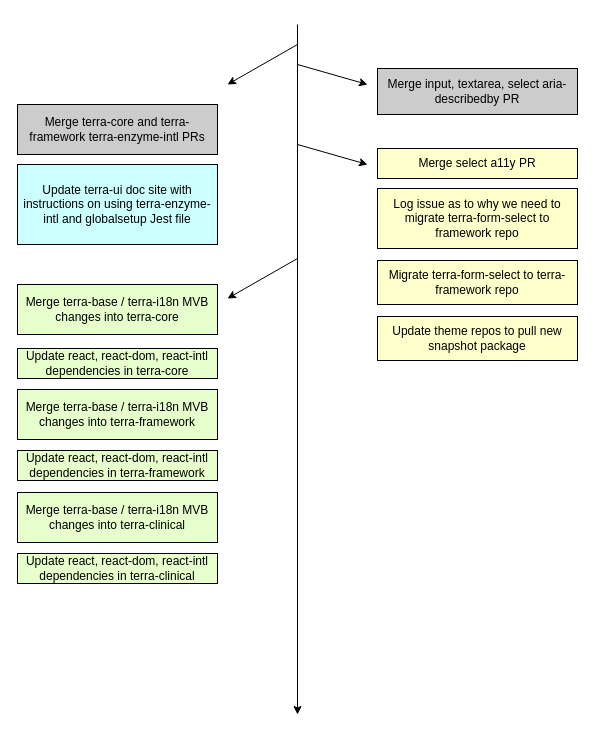
bjankord/Base.css keeps this draw.io diagram as Untitled Diagram.drawio. Above is the earlier version. Source tidied: cells renumbered, new cells numbered last; positions are measured from the earlier drawing's top-left corner, leaving out a move shared by most shapes. Both pictures are drawn from the tidied source at 100%, with x=0, y=0 at pixel (17, 24).
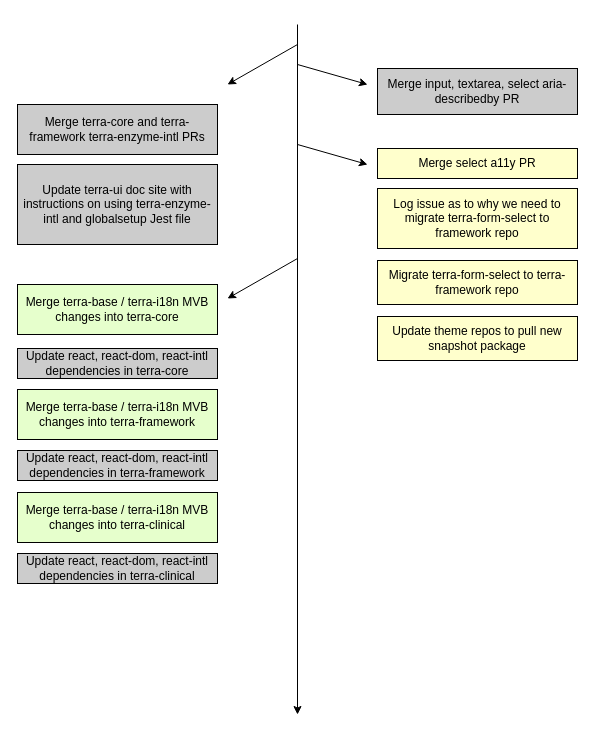
The same diagram, later.

What changed in the source:
```diff
@@
-    <mxCell id="6" value="&lt;span id=&quot;docs-internal-guid-9a763968-7fff-6fca-603b-f5bd0c2b2e99&quot;&gt;&lt;p dir=&quot;ltr&quot;&gt;&lt;/p&gt;&lt;p dir=&quot;ltr&quot;&gt;&lt;span&gt;Update terra-ui doc site with instructions on using terra-enzyme-intl and globalsetup Jest file&lt;/span&gt;&lt;/p&gt;&lt;/span&gt;" style="rounded=0;whiteSpace=wrap;html=1;fillColor=#CCFFFF;" parent="1" vertex="1">
+    <mxCell id="6" value="&lt;span id=&quot;docs-internal-guid-9a763968-7fff-6fca-603b-f5bd0c2b2e99&quot;&gt;&lt;p dir=&quot;ltr&quot;&gt;&lt;/p&gt;&lt;p dir=&quot;ltr&quot;&gt;&lt;span&gt;Update terra-ui doc site with instructions on using terra-enzyme-intl and globalsetup Jest file&lt;/span&gt;&lt;/p&gt;&lt;/span&gt;" style="rounded=0;whiteSpace=wrap;html=1;fillColor=#CCCCCC;" parent="1" vertex="1">
       <mxGeometry y="140" width="200" height="80" as="geometry" />
     </mxCell>
@@
-    <mxCell id="13" value="Update react, react-dom, react-intl dependencies in terra-core" style="rounded=0;whiteSpace=wrap;html=1;fillColor=#E6FFCC;" parent="1" vertex="1">
+    <mxCell id="13" value="Update react, react-dom, react-intl dependencies in terra-core" style="rounded=0;whiteSpace=wrap;html=1;fillColor=#CCCCCC;" parent="1" vertex="1">
       <mxGeometry y="324" width="200" height="30" as="geometry" />
     </mxCell>
@@
-    <mxCell id="15" value="Update react, react-dom, react-intl dependencies in terra-framework" style="rounded=0;whiteSpace=wrap;html=1;fillColor=#E6FFCC;" parent="1" vertex="1">
+    <mxCell id="15" value="Update react, react-dom, react-intl dependencies in terra-framework" style="rounded=0;whiteSpace=wrap;html=1;fillColor=#CCCCCC;" parent="1" vertex="1">
       <mxGeometry y="426" width="200" height="30" as="geometry" />
     </mxCell>
@@
-    <mxCell id="17" value="Update react, react-dom, react-intl dependencies in terra-clinical&lt;br&gt;" style="rounded=0;whiteSpace=wrap;html=1;fillColor=#E6FFCC;" parent="1" vertex="1">
+    <mxCell id="17" value="Update react, react-dom, react-intl dependencies in terra-clinical&lt;br&gt;" style="rounded=0;whiteSpace=wrap;html=1;fillColor=#CCCCCC;" parent="1" vertex="1">
       <mxGeometry y="529" width="200" height="30" as="geometry" />
     </mxCell>
```
